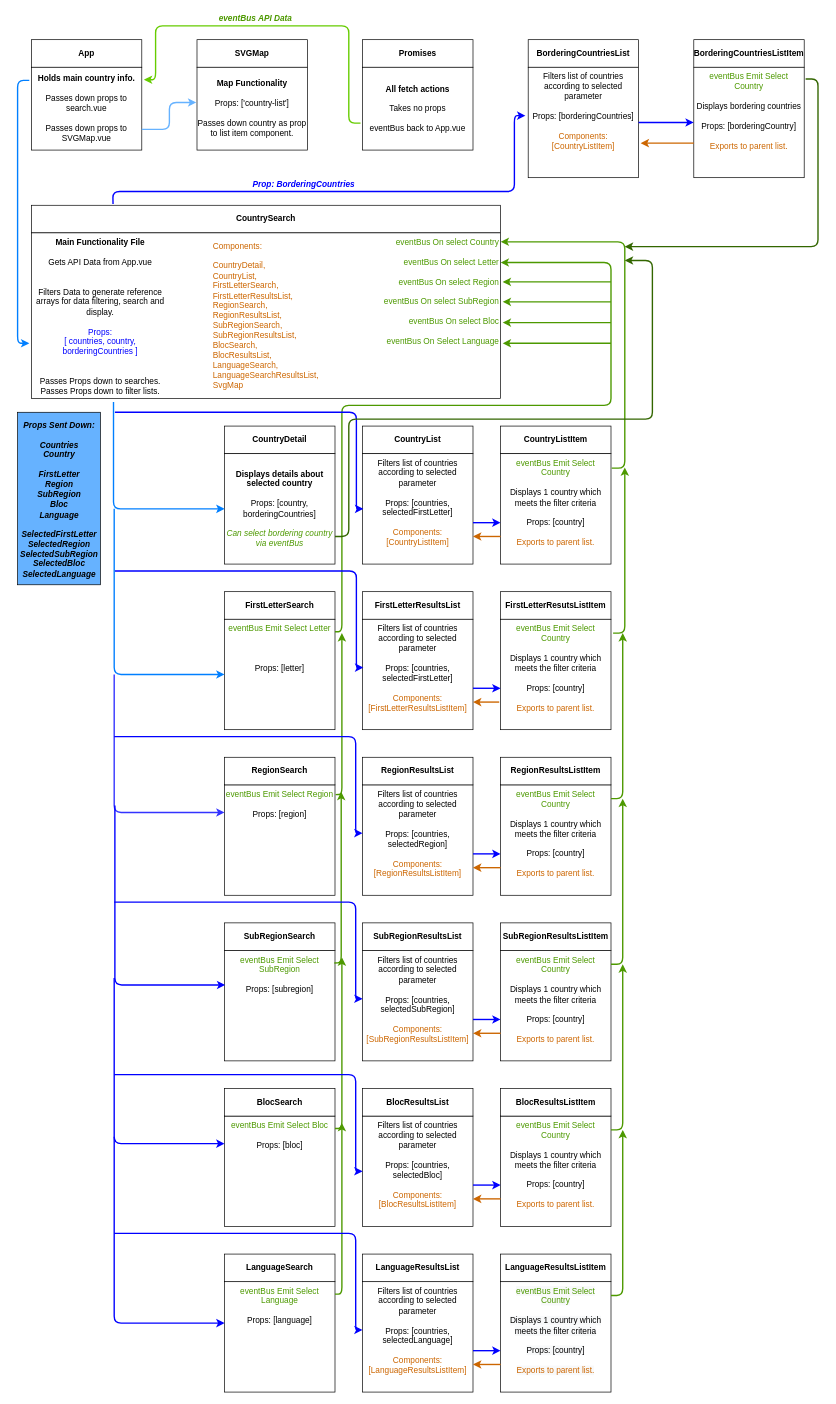
Earlier version of the draw.io diagram Untitled Diagram.drawio (mjmccoach/geoexplorers). Source tidied: cells renumbered, new cells numbered last; positions are measured from the earlier drawing's top-left corner, leaving out a move shared by most shapes. Both pictures are drawn from the tidied source at 69%, with x=0, y=0 at pixel (17, 12).
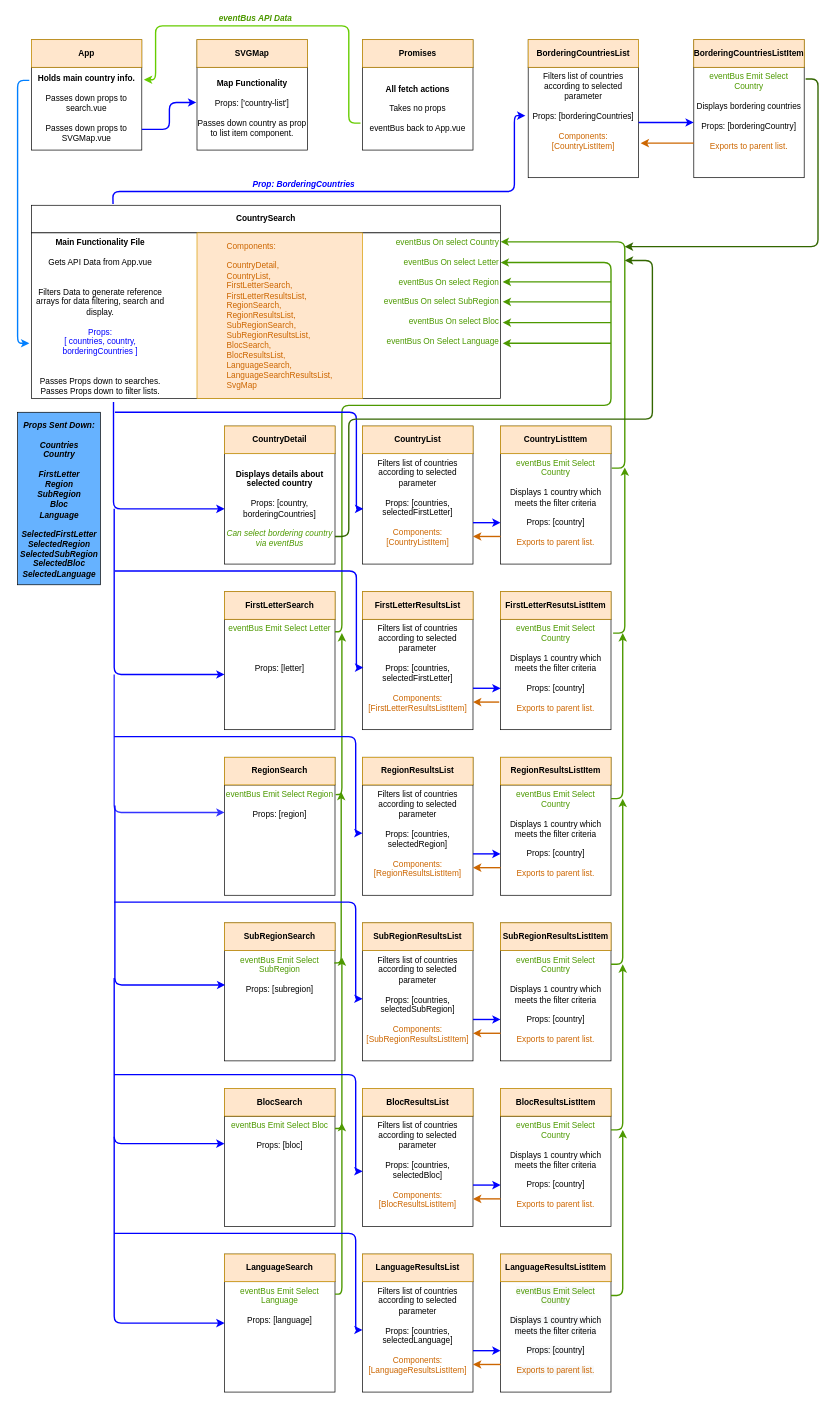
After the change.

The change refers to these unchanged cells:
```xml
<mxCell id="15" value="&lt;b&gt;Holds main country info.&lt;br&gt;&lt;/b&gt;&lt;br&gt;Passes down props to search.vue&lt;br&gt;&lt;br&gt;Passes down props to SVGMap.vue" style="text;html=1;strokeColor=none;fillColor=none;align=center;verticalAlign=middle;whiteSpace=wrap;rounded=0;" parent="1" vertex="1">
  <mxGeometry x="20" y="80" width="160" height="120" as="geometry" />
</mxCell>
<mxCell id="16" value="&lt;b&gt;Map Functionality&lt;br&gt;&lt;/b&gt;&lt;br&gt;Props: ['country-list']&lt;br&gt;&lt;br&gt;Passes down country as prop to list item component." style="text;html=1;strokeColor=none;fillColor=none;align=center;verticalAlign=middle;whiteSpace=wrap;rounded=0;" parent="1" vertex="1">
  <mxGeometry x="260" y="80" width="160" height="120" as="geometry" />
</mxCell>
<mxCell id="20" value="&lt;b&gt;Main Functionality File&lt;/b&gt;&lt;br&gt;&lt;br&gt;Gets API Data from App.vue&lt;br&gt;&lt;br&gt;&lt;br&gt;Filters Data to generate reference arrays for data filtering, search and display.&lt;br&gt;&lt;br&gt;&lt;font color=&quot;#0000ff&quot;&gt;Props:&lt;br&gt;[ countries, country, borderingCountries ]&lt;/font&gt;&lt;br&gt;&lt;br&gt;&lt;br&gt;Passes Props down to searches.&lt;br&gt;Passes Props down to filter lists." style="text;html=1;strokeColor=none;fillColor=none;align=center;verticalAlign=top;whiteSpace=wrap;rounded=0;" parent="1" vertex="1">
  <mxGeometry x="20" y="320" width="200" height="240" as="geometry" />
</mxCell>
<mxCell id="25" value="&lt;font color=&quot;#4d9900&quot;&gt;eventBus Emit Select Letter&lt;/font&gt;&lt;br&gt;&lt;br&gt;&lt;br&gt;&lt;br&gt;Props: [letter]&lt;br&gt;" style="rounded=0;whiteSpace=wrap;html=1;verticalAlign=top;align=center;" parent="1" vertex="1">
  <mxGeometry x="300" y="880" width="160" height="160" as="geometry" />
</mxCell>
<mxCell id="82" value="&lt;b&gt;Displays details about selected country&lt;br&gt;&lt;/b&gt;&lt;br&gt;Props: [country, borderingCountries]&lt;br&gt;&lt;br&gt;&lt;i&gt;&lt;font color=&quot;#4d9900&quot;&gt;Can select bordering country via eventBus&lt;/font&gt;&lt;/i&gt;" style="text;html=1;strokeColor=none;fillColor=none;align=center;verticalAlign=middle;whiteSpace=wrap;rounded=0;" parent="1" vertex="1">
  <mxGeometry x="300" y="640" width="160" height="160" as="geometry" />
</mxCell>
```

Change to the diagram source:
```diff
@@
-    <mxCell id="5" value="&lt;div style=&quot;text-align: left&quot;&gt;&lt;div&gt;&lt;font color=&quot;#cc6600&quot;&gt;Components:&lt;/font&gt;&lt;/div&gt;&lt;div&gt;&lt;font color=&quot;#cc6600&quot;&gt;&lt;br&gt;&lt;/font&gt;&lt;/div&gt;&lt;div&gt;&lt;font color=&quot;#cc6600&quot;&gt;CountryDetail,&lt;/font&gt;&lt;/div&gt;&lt;div&gt;&lt;font color=&quot;#cc6600&quot;&gt;CountryList,&lt;/font&gt;&lt;/div&gt;&lt;div&gt;&lt;font color=&quot;#cc6600&quot;&gt;FirstLetterSearch,&lt;/font&gt;&lt;/div&gt;&lt;div&gt;&lt;font color=&quot;#cc6600&quot;&gt;FirstLetterResultsList,&lt;/font&gt;&lt;/div&gt;&lt;div&gt;&lt;font color=&quot;#cc6600&quot;&gt;RegionSearch,&lt;/font&gt;&lt;/div&gt;&lt;div&gt;&lt;font color=&quot;#cc6600&quot;&gt;RegionResultsList,&lt;/font&gt;&lt;/div&gt;&lt;div&gt;&lt;font color=&quot;#cc6600&quot;&gt;SubRegionSearch,&lt;/font&gt;&lt;/div&gt;&lt;div&gt;&lt;font color=&quot;#cc6600&quot;&gt;SubRegionResultsList,&lt;/font&gt;&lt;/div&gt;&lt;div&gt;&lt;font color=&quot;#cc6600&quot;&gt;BlocSearch,&lt;/font&gt;&lt;/div&gt;&lt;div&gt;&lt;font color=&quot;#cc6600&quot;&gt;BlocResultsList,&lt;/font&gt;&lt;/div&gt;&lt;div&gt;&lt;font color=&quot;#cc6600&quot;&gt;LanguageSearch,&lt;/font&gt;&lt;/div&gt;&lt;div&gt;&lt;font color=&quot;#cc6600&quot;&gt;LanguageSearchResultsList,&lt;/font&gt;&lt;/div&gt;&lt;div&gt;&lt;font color=&quot;#cc6600&quot;&gt;SvgMap&lt;/font&gt;&lt;/div&gt;&lt;/div&gt;" style="rounded=0;whiteSpace=wrap;html=1;" parent="1" vertex="1">
+    <mxCell id="5" value="&lt;div style=&quot;text-align: left&quot;&gt;&lt;br&gt;&lt;/div&gt;" style="rounded=0;whiteSpace=wrap;html=1;" parent="1" vertex="1">
       <mxGeometry x="20" y="320" width="680" height="240" as="geometry" />
     </mxCell>
@@
-    <mxCell id="10" value="&lt;b&gt;Promises&lt;/b&gt;" style="text;html=1;strokeColor=none;fillColor=none;align=center;verticalAlign=middle;whiteSpace=wrap;rounded=0;" parent="1" vertex="1">
+    <mxCell id="10" value="&lt;b&gt;Promises&lt;/b&gt;" style="text;html=1;strokeColor=#d79b00;fillColor=#ffe6cc;align=center;verticalAlign=middle;whiteSpace=wrap;rounded=0;" parent="1" vertex="1">
       <mxGeometry x="500" y="40" width="160" height="40" as="geometry" />
     </mxCell>
@@
-    <mxCell id="14" value="App" style="text;html=1;strokeColor=none;fillColor=none;align=center;verticalAlign=middle;whiteSpace=wrap;rounded=0;fontStyle=1;" parent="1" vertex="1">
+    <mxCell id="14" value="App" style="text;html=1;strokeColor=#d79b00;fillColor=#ffe6cc;align=center;verticalAlign=middle;whiteSpace=wrap;rounded=0;fontStyle=1;" parent="1" vertex="1">
       <mxGeometry x="20" y="40" width="160" height="40" as="geometry" />
     </mxCell>
@@
-    <mxCell id="17" value="SVGMap" style="text;html=1;strokeColor=none;fillColor=none;align=center;verticalAlign=middle;whiteSpace=wrap;rounded=0;fontStyle=1;" parent="1" vertex="1">
+    <mxCell id="17" value="SVGMap" style="text;html=1;strokeColor=#d79b00;fillColor=#ffe6cc;align=center;verticalAlign=middle;whiteSpace=wrap;rounded=0;fontStyle=1;" parent="1" vertex="1">
       <mxGeometry x="260" y="40" width="160" height="40" as="geometry" />
     </mxCell>
-    <mxCell id="18" style="endArrow=classic;html=1;exitX=1;exitY=0.75;exitDx=0;exitDy=0;strokeWidth=2;strokeColor=#66B2FF;entryX=-0.006;entryY=0.425;entryDx=0;entryDy=0;entryPerimeter=0;fontColor=#0000FF;" parent="1" edge="1" source="15" target="16">
+    <mxCell id="18" style="endArrow=classic;html=1;exitX=1;exitY=0.75;exitDx=0;exitDy=0;strokeWidth=2;entryX=-0.006;entryY=0.425;entryDx=0;entryDy=0;entryPerimeter=0;fontColor=#0000FF;strokeColor=#0000FF;" parent="1" edge="1" source="15" target="16">
       <mxGeometry relative="1" as="geometry">
         <Array as="points">
           <mxPoint x="220" y="170" />
           <mxPoint x="220" y="131" />
         </Array>
       </mxGeometry>
     </mxCell>
@@
-    <mxCell id="28" value="FirstLetterSearch" style="text;html=1;strokeColor=none;fillColor=none;align=center;verticalAlign=middle;whiteSpace=wrap;rounded=0;fontStyle=1;" parent="1" vertex="1">
+    <mxCell id="28" value="FirstLetterSearch" style="text;html=1;strokeColor=#d79b00;fillColor=#ffe6cc;align=center;verticalAlign=middle;whiteSpace=wrap;rounded=0;fontStyle=1;" parent="1" vertex="1">
       <mxGeometry x="300" y="840" width="160" height="40" as="geometry" />
     </mxCell>
-    <mxCell id="29" value="FirstLetterResultsList" style="text;html=1;strokeColor=none;fillColor=none;align=center;verticalAlign=middle;whiteSpace=wrap;rounded=0;fontStyle=1;" parent="1" vertex="1">
+    <mxCell id="29" value="FirstLetterResultsList" style="text;html=1;strokeColor=#d79b00;fillColor=#ffe6cc;align=center;verticalAlign=middle;whiteSpace=wrap;rounded=0;fontStyle=1;" parent="1" vertex="1">
       <mxGeometry x="500" y="840" width="160" height="40" as="geometry" />
     </mxCell>
-    <mxCell id="30" value="FirstLetterResutsListItem" style="text;html=1;strokeColor=none;fillColor=none;align=center;verticalAlign=middle;whiteSpace=wrap;rounded=0;fontStyle=1;" parent="1" vertex="1">
+    <mxCell id="30" value="FirstLetterResutsListItem" style="text;html=1;strokeColor=#d79b00;fillColor=#ffe6cc;align=center;verticalAlign=middle;whiteSpace=wrap;rounded=0;fontStyle=1;" parent="1" vertex="1">
       <mxGeometry x="700" y="840" width="160" height="40" as="geometry" />
     </mxCell>
@@
-    <mxCell id="49" value="RegionResultsListItem" style="text;html=1;strokeColor=none;fillColor=none;align=center;verticalAlign=middle;whiteSpace=wrap;rounded=0;fontStyle=1;" parent="1" vertex="1">
+    <mxCell id="49" value="RegionResultsListItem" style="text;html=1;strokeColor=#d79b00;fillColor=#ffe6cc;align=center;verticalAlign=middle;whiteSpace=wrap;rounded=0;fontStyle=1;" parent="1" vertex="1">
       <mxGeometry x="700" y="1080" width="160" height="40" as="geometry" />
     </mxCell>
-    <mxCell id="50" value="RegionResultsList" style="text;html=1;strokeColor=none;fillColor=none;align=center;verticalAlign=middle;whiteSpace=wrap;rounded=0;fontStyle=1;" parent="1" vertex="1">
+    <mxCell id="50" value="RegionResultsList" style="text;html=1;strokeColor=#d79b00;fillColor=#ffe6cc;align=center;verticalAlign=middle;whiteSpace=wrap;rounded=0;fontStyle=1;" parent="1" vertex="1">
       <mxGeometry x="500" y="1080" width="160" height="40" as="geometry" />
     </mxCell>
-    <mxCell id="51" value="RegionSearch" style="text;html=1;strokeColor=none;fillColor=none;align=center;verticalAlign=middle;whiteSpace=wrap;rounded=0;fontStyle=1;" parent="1" vertex="1">
+    <mxCell id="51" value="RegionSearch" style="text;html=1;strokeColor=#d79b00;fillColor=#ffe6cc;align=center;verticalAlign=middle;whiteSpace=wrap;rounded=0;fontStyle=1;" parent="1" vertex="1">
       <mxGeometry x="300" y="1080" width="160" height="40" as="geometry" />
     </mxCell>
-    <mxCell id="52" value="SubRegionResultsListItem" style="text;html=1;strokeColor=none;fillColor=none;align=center;verticalAlign=middle;whiteSpace=wrap;rounded=0;fontStyle=1;" parent="1" vertex="1">
+    <mxCell id="52" value="SubRegionResultsListItem" style="text;html=1;strokeColor=#d79b00;fillColor=#ffe6cc;align=center;verticalAlign=middle;whiteSpace=wrap;rounded=0;fontStyle=1;" parent="1" vertex="1">
       <mxGeometry x="700" y="1320" width="160" height="40" as="geometry" />
     </mxCell>
-    <mxCell id="53" value="SubRegionResultsList" style="text;html=1;strokeColor=none;fillColor=none;align=center;verticalAlign=middle;whiteSpace=wrap;rounded=0;fontStyle=1;" parent="1" vertex="1">
+    <mxCell id="53" value="SubRegionResultsList" style="text;html=1;strokeColor=#d79b00;fillColor=#ffe6cc;align=center;verticalAlign=middle;whiteSpace=wrap;rounded=0;fontStyle=1;" parent="1" vertex="1">
       <mxGeometry x="500" y="1320" width="160" height="40" as="geometry" />
     </mxCell>
-    <mxCell id="54" value="SubRegionSearch" style="text;html=1;strokeColor=none;fillColor=none;align=center;verticalAlign=middle;whiteSpace=wrap;rounded=0;fontStyle=1;" parent="1" vertex="1">
+    <mxCell id="54" value="SubRegionSearch" style="text;html=1;strokeColor=#d79b00;fillColor=#ffe6cc;align=center;verticalAlign=middle;whiteSpace=wrap;rounded=0;fontStyle=1;" parent="1" vertex="1">
       <mxGeometry x="300" y="1320" width="160" height="40" as="geometry" />
     </mxCell>
-    <mxCell id="55" value="BlocSearch" style="text;html=1;strokeColor=none;fillColor=none;align=center;verticalAlign=middle;whiteSpace=wrap;rounded=0;fontStyle=1;" parent="1" vertex="1">
+    <mxCell id="55" value="BlocSearch" style="text;html=1;strokeColor=#d79b00;fillColor=#ffe6cc;align=center;verticalAlign=middle;whiteSpace=wrap;rounded=0;fontStyle=1;" parent="1" vertex="1">
       <mxGeometry x="300" y="1560" width="160" height="40" as="geometry" />
     </mxCell>
-    <mxCell id="56" value="BlocResultsList" style="text;html=1;strokeColor=none;fillColor=none;align=center;verticalAlign=middle;whiteSpace=wrap;rounded=0;fontStyle=1;" parent="1" vertex="1">
+    <mxCell id="56" value="BlocResultsList" style="text;html=1;strokeColor=#d79b00;fillColor=#ffe6cc;align=center;verticalAlign=middle;whiteSpace=wrap;rounded=0;fontStyle=1;" parent="1" vertex="1">
       <mxGeometry x="500" y="1560" width="160" height="40" as="geometry" />
     </mxCell>
-    <mxCell id="57" value="BlocResultsListItem" style="text;html=1;strokeColor=none;fillColor=none;align=center;verticalAlign=middle;whiteSpace=wrap;rounded=0;fontStyle=1;" parent="1" vertex="1">
+    <mxCell id="57" value="BlocResultsListItem" style="text;html=1;strokeColor=#d79b00;fillColor=#ffe6cc;align=center;verticalAlign=middle;whiteSpace=wrap;rounded=0;fontStyle=1;" parent="1" vertex="1">
       <mxGeometry x="700" y="1560" width="160" height="40" as="geometry" />
     </mxCell>
@@
-    <mxCell id="64" value="LanguageSearch" style="text;html=1;strokeColor=none;fillColor=none;align=center;verticalAlign=middle;whiteSpace=wrap;rounded=0;fontStyle=1;" parent="1" vertex="1">
+    <mxCell id="64" value="LanguageSearch" style="text;html=1;strokeColor=#d79b00;fillColor=#ffe6cc;align=center;verticalAlign=middle;whiteSpace=wrap;rounded=0;fontStyle=1;" parent="1" vertex="1">
       <mxGeometry x="300" y="1800" width="160" height="40" as="geometry" />
     </mxCell>
-    <mxCell id="65" value="LanguageResultsList" style="text;html=1;strokeColor=none;fillColor=none;align=center;verticalAlign=middle;whiteSpace=wrap;rounded=0;fontStyle=1;" parent="1" vertex="1">
+    <mxCell id="65" value="LanguageResultsList" style="text;html=1;strokeColor=#d79b00;fillColor=#ffe6cc;align=center;verticalAlign=middle;whiteSpace=wrap;rounded=0;fontStyle=1;" parent="1" vertex="1">
       <mxGeometry x="500" y="1800" width="160" height="40" as="geometry" />
     </mxCell>
-    <mxCell id="66" value="LanguageResultsListItem" style="text;html=1;strokeColor=none;fillColor=none;align=center;verticalAlign=middle;whiteSpace=wrap;rounded=0;fontStyle=1;" parent="1" vertex="1">
+    <mxCell id="66" value="LanguageResultsListItem" style="text;html=1;strokeColor=#d79b00;fillColor=#ffe6cc;align=center;verticalAlign=middle;whiteSpace=wrap;rounded=0;fontStyle=1;" parent="1" vertex="1">
       <mxGeometry x="700" y="1800" width="160" height="40" as="geometry" />
     </mxCell>
@@
-    <mxCell id="69" value="&lt;b&gt;BorderingCountriesList&lt;/b&gt;" style="text;html=1;strokeColor=none;fillColor=none;align=center;verticalAlign=middle;whiteSpace=wrap;rounded=0;" parent="1" vertex="1">
+    <mxCell id="69" value="&lt;b&gt;BorderingCountriesList&lt;/b&gt;" style="text;html=1;strokeColor=#d79b00;fillColor=#ffe6cc;align=center;verticalAlign=middle;whiteSpace=wrap;rounded=0;" parent="1" vertex="1">
       <mxGeometry x="740" y="40" width="160" height="40" as="geometry" />
     </mxCell>
@@
-    <mxCell id="72" value="&lt;b&gt;BorderingCountriesListItem&lt;/b&gt;" style="text;html=1;strokeColor=none;fillColor=none;align=center;verticalAlign=middle;whiteSpace=wrap;rounded=0;" parent="1" vertex="1">
+    <mxCell id="72" value="&lt;b&gt;BorderingCountriesListItem&lt;/b&gt;" style="text;html=1;strokeColor=#d79b00;fillColor=#ffe6cc;align=center;verticalAlign=middle;whiteSpace=wrap;rounded=0;" parent="1" vertex="1">
       <mxGeometry x="980" y="40" width="160" height="40" as="geometry" />
     </mxCell>
@@
-    <mxCell id="79" value="CountryDetail" style="text;html=1;strokeColor=none;fillColor=none;align=center;verticalAlign=middle;whiteSpace=wrap;rounded=0;fontStyle=1;" parent="1" vertex="1">
+    <mxCell id="79" value="CountryDetail" style="text;html=1;strokeColor=#d79b00;align=center;verticalAlign=middle;whiteSpace=wrap;rounded=0;fontStyle=1;fillColor=#ffe6cc;" parent="1" vertex="1">
       <mxGeometry x="300" y="600" width="160" height="40" as="geometry" />
     </mxCell>
-    <mxCell id="80" value="CountryList" style="text;html=1;strokeColor=none;fillColor=none;align=center;verticalAlign=middle;whiteSpace=wrap;rounded=0;fontStyle=1;" parent="1" vertex="1">
+    <mxCell id="80" value="CountryList" style="text;html=1;strokeColor=#d79b00;fillColor=#ffe6cc;align=center;verticalAlign=middle;whiteSpace=wrap;rounded=0;fontStyle=1;" parent="1" vertex="1">
       <mxGeometry x="500" y="600" width="160" height="40" as="geometry" />
     </mxCell>
-    <mxCell id="81" value="CountryListItem" style="text;html=1;strokeColor=none;fillColor=none;align=center;verticalAlign=middle;whiteSpace=wrap;rounded=0;fontStyle=1;" parent="1" vertex="1">
+    <mxCell id="81" value="CountryListItem" style="text;html=1;strokeColor=#d79b00;fillColor=#ffe6cc;align=center;verticalAlign=middle;whiteSpace=wrap;rounded=0;fontStyle=1;" parent="1" vertex="1">
       <mxGeometry x="700" y="600" width="160" height="40" as="geometry" />
     </mxCell>
@@
-    <mxCell id="84" style="endArrow=classic;html=1;strokeColor=#007FFF;strokeWidth=2;entryX=0;entryY=0.5;entryDx=0;entryDy=0;exitX=0.595;exitY=1.021;exitDx=0;exitDy=0;exitPerimeter=0;" parent="1" edge="1" source="20" target="82">
+    <mxCell id="84" style="endArrow=classic;html=1;strokeWidth=2;entryX=0;entryY=0.5;entryDx=0;entryDy=0;exitX=0.595;exitY=1.021;exitDx=0;exitDy=0;exitPerimeter=0;strokeColor=#0000FF;" parent="1" edge="1" source="20" target="82">
       <mxGeometry relative="1" as="geometry">
         <Array as="points">
           <mxPoint x="139" y="720" />
         </Array>
       </mxGeometry>
     </mxCell>
-    <mxCell id="85" style="endArrow=classic;html=1;strokeColor=#007FFF;strokeWidth=2;entryX=0;entryY=0.5;entryDx=0;entryDy=0;" parent="1" edge="1" target="25">
+    <mxCell id="85" style="endArrow=classic;html=1;strokeWidth=2;entryX=0;entryY=0.5;entryDx=0;entryDy=0;strokeColor=#0000FF;" parent="1" edge="1" target="25">
       <mxGeometry relative="1" as="geometry">
         <mxPoint x="140" y="720" as="sourcePoint" />
         <Array as="points">
           <mxPoint x="140" y="960" />
         </Array>
       </mxGeometry>
     </mxCell>
@@
+    <mxCell id="131" value="&lt;div style=&quot;text-align: left&quot;&gt;&lt;font color=&quot;#cc6600&quot;&gt;Components:&lt;/font&gt;&lt;/div&gt;&lt;div style=&quot;text-align: left&quot;&gt;&lt;font color=&quot;#cc6600&quot;&gt;&lt;br&gt;&lt;/font&gt;&lt;/div&gt;&lt;div style=&quot;text-align: left&quot;&gt;&lt;font color=&quot;#cc6600&quot;&gt;CountryDetail,&lt;/font&gt;&lt;/div&gt;&lt;div style=&quot;text-align: left&quot;&gt;&lt;font color=&quot;#cc6600&quot;&gt;CountryList,&lt;/font&gt;&lt;/div&gt;&lt;div style=&quot;text-align: left&quot;&gt;&lt;font color=&quot;#cc6600&quot;&gt;FirstLetterSearch,&lt;/font&gt;&lt;/div&gt;&lt;div style=&quot;text-align: left&quot;&gt;&lt;font color=&quot;#cc6600&quot;&gt;FirstLetterResultsList,&lt;/font&gt;&lt;/div&gt;&lt;div style=&quot;text-align: left&quot;&gt;&lt;font color=&quot;#cc6600&quot;&gt;RegionSearch,&lt;/font&gt;&lt;/div&gt;&lt;div style=&quot;text-align: left&quot;&gt;&lt;font color=&quot;#cc6600&quot;&gt;RegionResultsList,&lt;/font&gt;&lt;/div&gt;&lt;div style=&quot;text-align: left&quot;&gt;&lt;font color=&quot;#cc6600&quot;&gt;SubRegionSearch,&lt;/font&gt;&lt;/div&gt;&lt;div style=&quot;text-align: left&quot;&gt;&lt;font color=&quot;#cc6600&quot;&gt;SubRegionResultsList,&lt;/font&gt;&lt;/div&gt;&lt;div style=&quot;text-align: left&quot;&gt;&lt;font color=&quot;#cc6600&quot;&gt;BlocSearch,&lt;/font&gt;&lt;/div&gt;&lt;div style=&quot;text-align: left&quot;&gt;&lt;font color=&quot;#cc6600&quot;&gt;BlocResultsList,&lt;/font&gt;&lt;/div&gt;&lt;div style=&quot;text-align: left&quot;&gt;&lt;font color=&quot;#cc6600&quot;&gt;LanguageSearch,&lt;/font&gt;&lt;/div&gt;&lt;div style=&quot;text-align: left&quot;&gt;&lt;font color=&quot;#cc6600&quot;&gt;LanguageSearchResultsList,&lt;/font&gt;&lt;/div&gt;&lt;div style=&quot;text-align: left&quot;&gt;&lt;font color=&quot;#cc6600&quot;&gt;SvgMap&lt;/font&gt;&lt;/div&gt;" style="rounded=0;whiteSpace=wrap;html=1;fillColor=#ffe6cc;align=center;strokeColor=#d79b00;" parent="1" vertex="1">
+      <mxGeometry x="260" y="320" width="240" height="240" as="geometry" />
+    </mxCell>
```
